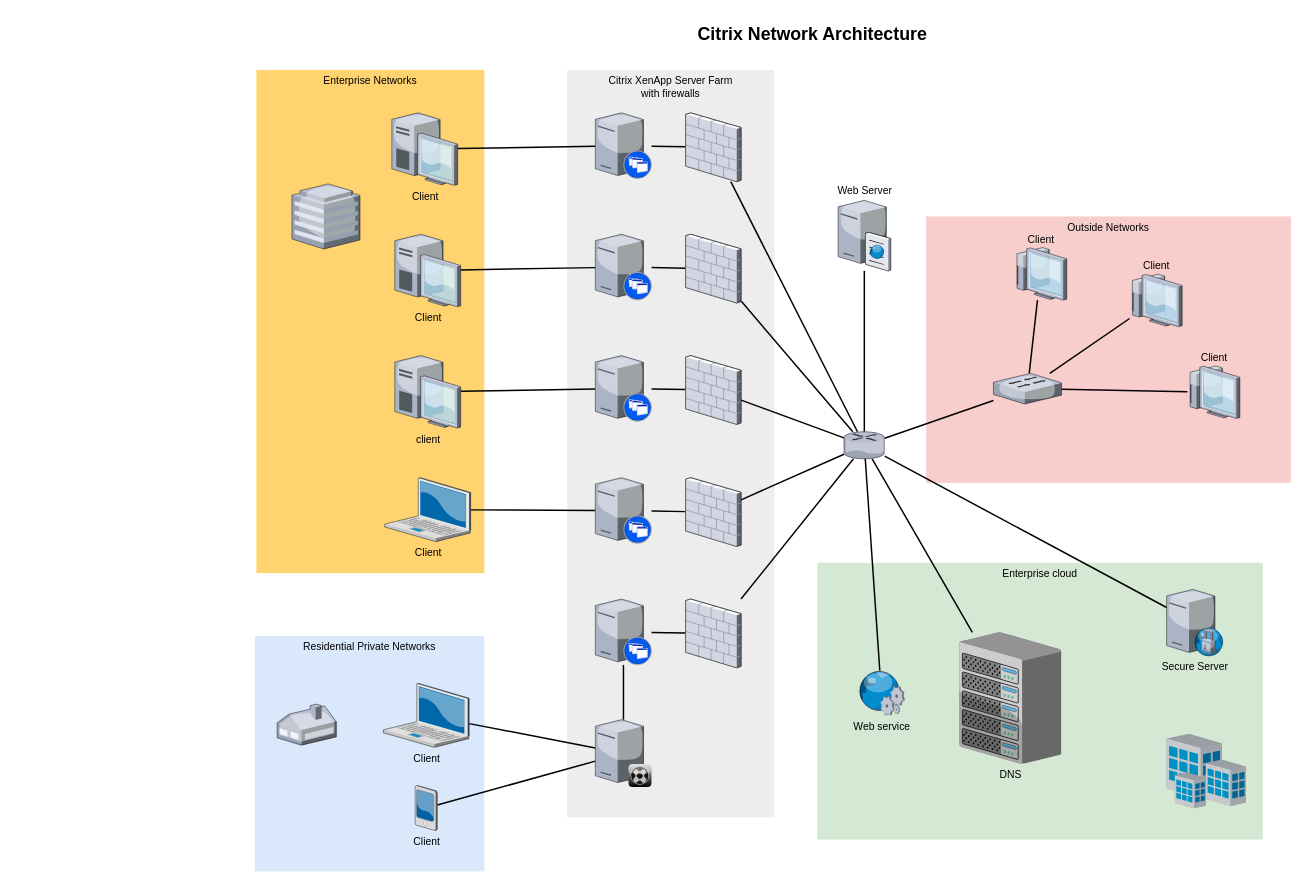
Above: Untitled Diagram.drawio in jwang1109/Draw (draw.io), before the change. Source tidied: cells renumbered, new cells numbered last; positions are measured from the earlier drawing's top-left corner, leaving out a move shared by most shapes. Both pictures are drawn from the tidied source at 74%, with x=0, y=0 at pixel (255, 19).
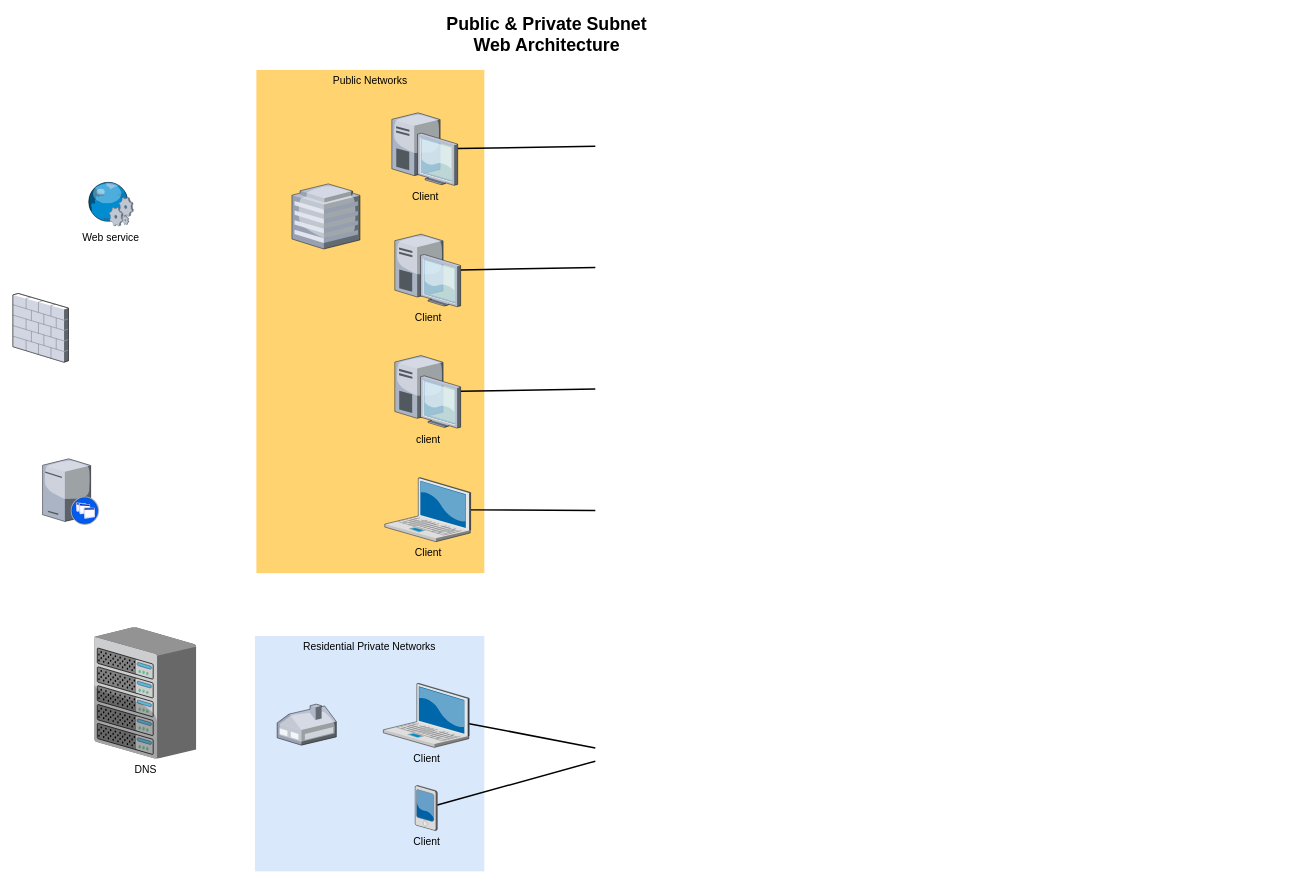
The same diagram, later.

The change refers to these unchanged cells:
```xml
<mxCell id="8" value="Client" style="verticalLabelPosition=bottom;html=1;verticalAlign=top;strokeColor=none;shape=mxgraph.citrix.laptop_2;fillColor=#66B2FF;gradientColor=#0066CC;fontSize=14;" parent="1" vertex="1">
  <mxGeometry x="173.5" y="897" width="116" height="86.5" as="geometry" />
</mxCell>
<mxCell id="10" value="Client" style="verticalLabelPosition=bottom;html=1;verticalAlign=top;strokeColor=none;shape=mxgraph.citrix.laptop_2;fillColor=#66B2FF;gradientColor=#0066CC;fontSize=14;" parent="1" vertex="1">
  <mxGeometry x="175.5" y="619" width="116" height="86.5" as="geometry" />
</mxCell>
<mxCell id="12" value="client" style="verticalLabelPosition=bottom;html=1;verticalAlign=top;strokeColor=none;shape=mxgraph.citrix.desktop;fillColor=#66B2FF;gradientColor=#0066CC;fontSize=14;" parent="1" vertex="1">
  <mxGeometry x="189" y="454" width="89" height="98" as="geometry" />
</mxCell>
<mxCell id="14" value="Client" style="verticalLabelPosition=bottom;html=1;verticalAlign=top;strokeColor=none;shape=mxgraph.citrix.desktop;fillColor=#66B2FF;gradientColor=#0066CC;fontSize=14;" parent="1" vertex="1">
  <mxGeometry x="189" y="290" width="89" height="98" as="geometry" />
</mxCell>
<mxCell id="16" value="Client" style="verticalLabelPosition=bottom;html=1;verticalAlign=top;strokeColor=none;shape=mxgraph.citrix.desktop;fillColor=#66B2FF;gradientColor=#0066CC;fontSize=14;" parent="1" vertex="1">
  <mxGeometry x="185" y="126" width="89" height="98" as="geometry" />
</mxCell>
<mxCell id="18" value="Client" style="verticalLabelPosition=bottom;html=1;verticalAlign=top;strokeColor=none;shape=mxgraph.citrix.pda;fillColor=#66B2FF;gradientColor=#0066CC;fontSize=14;" parent="1" vertex="1">
  <mxGeometry x="216.5" y="1035" width="30" height="61" as="geometry" />
</mxCell>
```

Change to the diagram source:
```diff
@@
-    <mxCell id="2" value="Outside Networks" style="whiteSpace=wrap;html=1;fillColor=#f8cecc;fontSize=14;strokeColor=none;verticalAlign=top;" parent="1" vertex="1">
-      <mxGeometry x="907" y="266" width="493" height="360" as="geometry" />
-    </mxCell>
-    <mxCell id="3" value="Enterprise cloud" style="whiteSpace=wrap;html=1;fillColor=#d5e8d4;fontSize=14;strokeColor=none;verticalAlign=top;" parent="1" vertex="1">
-      <mxGeometry x="760" y="734" width="602" height="374" as="geometry" />
-    </mxCell>
-    <mxCell id="4" value="Citrix XenApp Server Farm&lt;div&gt;with firewalls&lt;/div&gt;" style="whiteSpace=wrap;html=1;fillColor=#EDEDED;fontSize=14;strokeColor=none;verticalAlign=top;" parent="1" vertex="1">
-      <mxGeometry x="422" y="68" width="280" height="1010" as="geometry" />
-    </mxCell>
@@
-    <mxCell id="6" value="Enterprise Networks" style="whiteSpace=wrap;html=1;fillColor=#FFD470;gradientColor=none;fontSize=14;strokeColor=none;verticalAlign=top;" parent="1" vertex="1">
+    <mxCell id="6" value="Public&amp;nbsp;Networks" style="whiteSpace=wrap;html=1;fillColor=#FFD470;gradientColor=none;fontSize=14;strokeColor=none;verticalAlign=top;" parent="1" vertex="1">
       <mxGeometry x="2" y="68" width="308" height="680" as="geometry" />
     </mxCell>
-    <mxCell id="7" style="edgeStyle=none;rounded=0;html=1;startSize=10;endSize=10;jettySize=auto;fontSize=14;endArrow=none;endFill=0;strokeWidth=2;" parent="1" edge="1" source="8" target="35">
-      <mxGeometry relative="1" as="geometry" />
+    <mxCell id="7" style="edgeStyle=none;rounded=0;html=1;startSize=10;endSize=10;jettySize=auto;fontSize=14;endArrow=none;endFill=0;strokeWidth=2;" parent="1" edge="1" source="8">
+      <mxGeometry relative="1" as="geometry">
+        <mxPoint x="460" y="984.2" as="targetPoint" />
+      </mxGeometry>
     </mxCell>
@@
-    <mxCell id="9" style="edgeStyle=none;rounded=0;html=1;startSize=10;endSize=10;jettySize=auto;fontSize=14;endArrow=none;endFill=0;strokeWidth=2;" parent="1" edge="1" source="10" target="22">
-      <mxGeometry relative="1" as="geometry" />
+    <mxCell id="9" style="edgeStyle=none;rounded=0;html=1;startSize=10;endSize=10;jettySize=auto;fontSize=14;endArrow=none;endFill=0;strokeWidth=2;" parent="1" edge="1" source="10">
+      <mxGeometry relative="1" as="geometry">
+        <mxPoint x="460" y="663.3" as="targetPoint" />
+      </mxGeometry>
     </mxCell>
@@
-    <mxCell id="11" style="edgeStyle=none;rounded=0;html=1;startSize=10;endSize=10;jettySize=auto;fontSize=14;endArrow=none;endFill=0;strokeWidth=2;" parent="1" edge="1" source="12" target="24">
-      <mxGeometry relative="1" as="geometry" />
+    <mxCell id="11" style="edgeStyle=none;rounded=0;html=1;startSize=10;endSize=10;jettySize=auto;fontSize=14;endArrow=none;endFill=0;strokeWidth=2;" parent="1" edge="1" source="12">
+      <mxGeometry relative="1" as="geometry">
+        <mxPoint x="460" y="499.1" as="targetPoint" />
+      </mxGeometry>
     </mxCell>
@@
-    <mxCell id="13" style="edgeStyle=none;rounded=0;html=1;startSize=10;endSize=10;jettySize=auto;fontSize=14;endArrow=none;endFill=0;strokeWidth=2;" parent="1" edge="1" source="14" target="26">
-      <mxGeometry relative="1" as="geometry" />
+    <mxCell id="13" style="edgeStyle=none;rounded=0;html=1;startSize=10;endSize=10;jettySize=auto;fontSize=14;endArrow=none;endFill=0;strokeWidth=2;" parent="1" edge="1" source="14">
+      <mxGeometry relative="1" as="geometry">
+        <mxPoint x="460" y="335.1" as="targetPoint" />
+      </mxGeometry>
     </mxCell>
@@
-    <mxCell id="15" style="edgeStyle=none;rounded=0;html=1;startSize=10;endSize=10;jettySize=auto;fontSize=14;endArrow=none;endFill=0;strokeWidth=2;" parent="1" edge="1" source="16" target="28">
-      <mxGeometry relative="1" as="geometry" />
+    <mxCell id="15" style="edgeStyle=none;rounded=0;html=1;startSize=10;endSize=10;jettySize=auto;fontSize=14;endArrow=none;endFill=0;strokeWidth=2;" parent="1" edge="1" source="16">
+      <mxGeometry relative="1" as="geometry">
+        <mxPoint x="460" y="171.1" as="targetPoint" />
+      </mxGeometry>
     </mxCell>
@@
-    <mxCell id="17" style="edgeStyle=none;rounded=0;html=1;startSize=10;endSize=10;jettySize=auto;fontSize=14;endArrow=none;endFill=0;strokeWidth=2;" parent="1" edge="1" source="18" target="35">
-      <mxGeometry relative="1" as="geometry" />
+    <mxCell id="17" style="edgeStyle=none;rounded=0;html=1;startSize=10;endSize=10;jettySize=auto;fontSize=14;endArrow=none;endFill=0;strokeWidth=2;" parent="1" edge="1" source="18">
+      <mxGeometry relative="1" as="geometry">
+        <mxPoint x="460" y="1002.1" as="targetPoint" />
+      </mxGeometry>
     </mxCell>
@@
-    <mxCell id="19" style="edgeStyle=none;rounded=0;html=1;startSize=10;endSize=10;jettySize=auto;fontSize=14;endArrow=none;endFill=0;strokeWidth=2;" parent="1" edge="1" source="20" target="47">
-      <mxGeometry relative="1" as="geometry" />
-    </mxCell>
-    <mxCell id="20" style="verticalLabelPosition=bottom;html=1;verticalAlign=top;strokeColor=none;shape=mxgraph.citrix.xenapp_server;fillColor=#66B2FF;gradientColor=#0066CC;fontSize=14;" parent="1" vertex="1">
-      <mxGeometry x="460" y="783" width="76" height="89" as="geometry" />
-    </mxCell>
-    <mxCell id="21" style="edgeStyle=none;rounded=0;html=1;startSize=10;endSize=10;jettySize=auto;fontSize=14;endArrow=none;endFill=0;strokeWidth=2;" parent="1" edge="1" source="22" target="45">
-      <mxGeometry relative="1" as="geometry" />
-    </mxCell>
-    <mxCell id="22" style="verticalLabelPosition=bottom;html=1;verticalAlign=top;strokeColor=none;shape=mxgraph.citrix.xenapp_server;fillColor=#66B2FF;gradientColor=#0066CC;fontSize=14;" parent="1" vertex="1">
-      <mxGeometry x="460" y="619" width="76" height="89" as="geometry" />
-    </mxCell>
-    <mxCell id="23" style="edgeStyle=none;rounded=0;html=1;startSize=10;endSize=10;jettySize=auto;fontSize=14;endArrow=none;endFill=0;strokeWidth=2;" parent="1" edge="1" source="24" target="43">
-      <mxGeometry relative="1" as="geometry" />
-    </mxCell>
-    <mxCell id="24" style="verticalLabelPosition=bottom;html=1;verticalAlign=top;strokeColor=none;shape=mxgraph.citrix.xenapp_server;fillColor=#66B2FF;gradientColor=#0066CC;fontSize=14;" parent="1" vertex="1">
-      <mxGeometry x="460" y="454" width="76" height="89" as="geometry" />
-    </mxCell>
-    <mxCell id="25" style="edgeStyle=none;rounded=0;html=1;startSize=10;endSize=10;jettySize=auto;fontSize=14;endArrow=none;endFill=0;strokeWidth=2;" parent="1" edge="1" source="26" target="41">
-      <mxGeometry relative="1" as="geometry" />
-    </mxCell>
-    <mxCell id="26" style="verticalLabelPosition=bottom;html=1;verticalAlign=top;strokeColor=none;shape=mxgraph.citrix.xenapp_server;fillColor=#66B2FF;gradientColor=#0066CC;fontSize=14;" parent="1" vertex="1">
-      <mxGeometry x="460" y="290" width="76" height="89" as="geometry" />
-    </mxCell>
-    <mxCell id="27" style="edgeStyle=none;rounded=0;html=1;startSize=10;endSize=10;jettySize=auto;fontSize=14;endArrow=none;endFill=0;strokeWidth=2;" parent="1" edge="1" source="28" target="39">
-      <mxGeometry relative="1" as="geometry" />
-    </mxCell>
-    <mxCell id="28" style="verticalLabelPosition=bottom;html=1;verticalAlign=top;strokeColor=none;shape=mxgraph.citrix.xenapp_server;fillColor=#66B2FF;gradientColor=#0066CC;fontSize=14;" parent="1" vertex="1">
-      <mxGeometry x="460" y="126" width="76" height="89" as="geometry" />
-    </mxCell>
-    <mxCell id="29" style="edgeStyle=none;rounded=0;html=1;startSize=10;endSize=10;jettySize=auto;fontSize=14;endArrow=none;endFill=0;strokeWidth=2;" parent="1" edge="1" source="33" target="37">
-      <mxGeometry relative="1" as="geometry" />
-    </mxCell>
-    <mxCell id="30" style="edgeStyle=none;rounded=0;html=1;startSize=10;endSize=10;jettySize=auto;fontSize=14;endArrow=none;endFill=0;strokeWidth=2;" parent="1" edge="1" source="33" target="36">
-      <mxGeometry relative="1" as="geometry" />
-    </mxCell>
-    <mxCell id="31" style="edgeStyle=none;rounded=0;html=1;startSize=10;endSize=10;jettySize=auto;fontSize=14;endArrow=none;endFill=0;strokeWidth=2;" parent="1" edge="1" source="33" target="54">
-      <mxGeometry relative="1" as="geometry" />
-    </mxCell>
-    <mxCell id="32" style="edgeStyle=none;rounded=0;html=1;startSize=10;endSize=10;jettySize=auto;fontSize=14;endArrow=none;endFill=0;strokeWidth=2;" parent="1" edge="1" source="33" target="50">
-      <mxGeometry relative="1" as="geometry" />
-    </mxCell>
-    <mxCell id="33" style="verticalLabelPosition=bottom;html=1;verticalAlign=top;strokeColor=none;shape=mxgraph.citrix.router;fillColor=#66B2FF;gradientColor=#0066CC;fontSize=14;" parent="1" vertex="1">
-      <mxGeometry x="796" y="557" width="55" height="36.5" as="geometry" />
-    </mxCell>
-    <mxCell id="34" style="edgeStyle=none;rounded=0;html=1;startSize=10;endSize=10;jettySize=auto;fontSize=14;endArrow=none;endFill=0;strokeWidth=2;" parent="1" edge="1" source="35" target="20">
-      <mxGeometry relative="1" as="geometry" />
-    </mxCell>
-    <mxCell id="35" style="verticalLabelPosition=bottom;html=1;verticalAlign=top;strokeColor=none;shape=mxgraph.citrix.xenclient_synchronizer;fillColor=#CCCCCC;gradientColor=#000000;gradientDirection=south;fontSize=14;" parent="1" vertex="1">
-      <mxGeometry x="460" y="946" width="76" height="91" as="geometry" />
-    </mxCell>
-    <mxCell id="36" value="Web Server" style="verticalLabelPosition=top;html=1;verticalAlign=bottom;strokeColor=none;shape=mxgraph.citrix.cache_server;fillColor=#66B2FF;gradientColor=#0066CC;fontSize=14;labelPosition=center;align=center;" parent="1" vertex="1">
-      <mxGeometry x="788" y="242" width="71" height="97.5" as="geometry" />
-    </mxCell>
-    <mxCell id="37" value="DNS" style="verticalLabelPosition=bottom;html=1;verticalAlign=top;strokeColor=none;shape=mxgraph.citrix.chassis;fillColor=#66B2FF;gradientColor=#0066CC;fontSize=14;" parent="1" vertex="1">
-      <mxGeometry x="952" y="828" width="137.5" height="177.5" as="geometry" />
-    </mxCell>
-    <mxCell id="38" style="edgeStyle=none;rounded=0;html=1;startSize=10;endSize=10;jettySize=auto;fontSize=14;endArrow=none;endFill=0;strokeWidth=2;" parent="1" edge="1" source="39" target="33">
-      <mxGeometry relative="1" as="geometry" />
-    </mxCell>
-    <mxCell id="39" style="verticalLabelPosition=bottom;html=1;verticalAlign=top;strokeColor=none;shape=mxgraph.citrix.firewall;fillColor=#66B2FF;gradientColor=#0066CC;fontSize=14;" parent="1" vertex="1">
-      <mxGeometry x="582" y="126" width="75" height="93" as="geometry" />
-    </mxCell>
-    <mxCell id="40" style="edgeStyle=none;rounded=0;html=1;startSize=10;endSize=10;jettySize=auto;fontSize=14;endArrow=none;endFill=0;strokeWidth=2;" parent="1" edge="1" source="41" target="33">
-      <mxGeometry relative="1" as="geometry" />
-    </mxCell>
-    <mxCell id="41" style="verticalLabelPosition=bottom;html=1;verticalAlign=top;strokeColor=none;shape=mxgraph.citrix.firewall;fillColor=#66B2FF;gradientColor=#0066CC;fontSize=14;" parent="1" vertex="1">
-      <mxGeometry x="582" y="290" width="75" height="93" as="geometry" />
-    </mxCell>
-    <mxCell id="42" style="edgeStyle=none;rounded=0;html=1;startSize=10;endSize=10;jettySize=auto;fontSize=14;endArrow=none;endFill=0;strokeWidth=2;" parent="1" edge="1" source="43" target="33">
-      <mxGeometry relative="1" as="geometry" />
-    </mxCell>
-    <mxCell id="43" style="verticalLabelPosition=bottom;html=1;verticalAlign=top;strokeColor=none;shape=mxgraph.citrix.firewall;fillColor=#66B2FF;gradientColor=#0066CC;fontSize=14;" parent="1" vertex="1">
-      <mxGeometry x="582" y="454" width="75" height="93" as="geometry" />
-    </mxCell>
-    <mxCell id="44" style="edgeStyle=none;rounded=0;html=1;startSize=10;endSize=10;jettySize=auto;fontSize=14;endArrow=none;endFill=0;strokeWidth=2;" parent="1" edge="1" source="45" target="33">
-      <mxGeometry relative="1" as="geometry" />
-    </mxCell>
-    <mxCell id="45" style="verticalLabelPosition=bottom;html=1;verticalAlign=top;strokeColor=none;shape=mxgraph.citrix.firewall;fillColor=#66B2FF;gradientColor=#0066CC;fontSize=14;" parent="1" vertex="1">
-      <mxGeometry x="582" y="619" width="75" height="93" as="geometry" />
-    </mxCell>
-    <mxCell id="46" style="edgeStyle=none;rounded=0;html=1;startSize=10;endSize=10;jettySize=auto;fontSize=14;endArrow=none;endFill=0;strokeWidth=2;" parent="1" edge="1" source="47" target="33">
-      <mxGeometry relative="1" as="geometry" />
-    </mxCell>
-    <mxCell id="47" style="verticalLabelPosition=bottom;html=1;verticalAlign=top;strokeColor=none;shape=mxgraph.citrix.firewall;fillColor=#66B2FF;gradientColor=#0066CC;fontSize=14;" parent="1" vertex="1">
-      <mxGeometry x="582" y="783" width="75" height="93" as="geometry" />
-    </mxCell>
@@
-    <mxCell id="50" value="Secure Server" style="verticalLabelPosition=bottom;html=1;verticalAlign=top;strokeColor=none;shape=mxgraph.citrix.proxy_server;fillColor=#66B2FF;gradientColor=#0066CC;fontSize=14;" parent="1" vertex="1">
-      <mxGeometry x="1232" y="770" width="76.5" height="90" as="geometry" />
-    </mxCell>
-    <mxCell id="51" style="edgeStyle=none;rounded=0;html=1;startSize=10;endSize=10;jettySize=auto;fontSize=14;endArrow=none;endFill=0;strokeWidth=2;" parent="1" edge="1" source="54" target="57">
-      <mxGeometry relative="1" as="geometry" />
-    </mxCell>
-    <mxCell id="52" style="edgeStyle=none;rounded=0;html=1;startSize=10;endSize=10;jettySize=auto;fontSize=14;endArrow=none;endFill=0;strokeWidth=2;" parent="1" edge="1" source="54" target="56">
-      <mxGeometry relative="1" as="geometry" />
-    </mxCell>
-    <mxCell id="53" style="edgeStyle=none;rounded=0;html=1;startSize=10;endSize=10;jettySize=auto;fontSize=14;endArrow=none;endFill=0;strokeWidth=2;" parent="1" edge="1" source="54" target="55">
-      <mxGeometry relative="1" as="geometry" />
-    </mxCell>
-    <mxCell id="54" style="verticalLabelPosition=bottom;html=1;verticalAlign=top;strokeColor=none;shape=mxgraph.citrix.switch;fillColor=#66B2FF;gradientColor=#0066CC;fontSize=14;" parent="1" vertex="1">
-      <mxGeometry x="998" y="478" width="92" height="41.5" as="geometry" />
-    </mxCell>
-    <mxCell id="55" value="Client" style="verticalLabelPosition=top;html=1;verticalAlign=bottom;strokeColor=none;shape=mxgraph.citrix.thin_client;fillColor=#66B2FF;gradientColor=#0066CC;fontSize=14;labelPosition=center;align=center;" parent="1" vertex="1">
-      <mxGeometry x="1260" y="468" width="71" height="71" as="geometry" />
-    </mxCell>
-    <mxCell id="56" value="Client" style="verticalLabelPosition=top;html=1;verticalAlign=bottom;strokeColor=none;shape=mxgraph.citrix.thin_client;fillColor=#66B2FF;gradientColor=#0066CC;fontSize=14;labelPosition=center;align=center;" parent="1" vertex="1">
-      <mxGeometry x="1182" y="344" width="71" height="71" as="geometry" />
-    </mxCell>
-    <mxCell id="57" value="Client" style="verticalLabelPosition=top;html=1;verticalAlign=bottom;strokeColor=none;shape=mxgraph.citrix.thin_client;fillColor=#66B2FF;gradientColor=#0066CC;fontSize=14;labelPosition=center;align=center;" parent="1" vertex="1">
-      <mxGeometry x="1026" y="308" width="71" height="71" as="geometry" />
-    </mxCell>
-    <mxCell id="58" style="edgeStyle=none;rounded=0;html=1;startSize=10;endSize=10;jettySize=auto;fontSize=14;endArrow=none;endFill=0;strokeWidth=2;" parent="1" edge="1" source="59" target="33">
-      <mxGeometry relative="1" as="geometry" />
-    </mxCell>
+    <mxCell id="61" value="Public &amp;amp; Private Subnet&lt;br&gt;Web Architecture" style="text;strokeColor=none;fillColor=none;html=1;fontSize=24;fontStyle=1;verticalAlign=middle;align=center;" parent="1" vertex="1">
+      <mxGeometry x="-37" width="861" height="40" as="geometry" />
+    </mxCell>
+    <mxCell id="62" style="verticalLabelPosition=bottom;html=1;verticalAlign=top;strokeColor=none;shape=mxgraph.citrix.xenapp_server;fillColor=#66B2FF;gradientColor=#0066CC;fontSize=14;" parent="1" vertex="1">
+      <mxGeometry x="-287" y="593.5" width="76" height="89" as="geometry" />
+    </mxCell>
+    <mxCell id="63" style="verticalLabelPosition=bottom;html=1;verticalAlign=top;strokeColor=none;shape=mxgraph.citrix.firewall;fillColor=#66B2FF;gradientColor=#0066CC;fontSize=14;" parent="1" vertex="1">
+      <mxGeometry x="-327" y="370" width="75" height="93" as="geometry" />
+    </mxCell>
+    <mxCell id="37" value="DNS" style="verticalLabelPosition=bottom;html=1;verticalAlign=top;strokeColor=none;shape=mxgraph.citrix.chassis;fillColor=#66B2FF;gradientColor=#0066CC;fontSize=14;" parent="1" vertex="1">
+      <mxGeometry x="-217" y="821.2" width="137.5" height="177.5" as="geometry" />
+    </mxCell>
     <mxCell id="59" value="Web service" style="verticalLabelPosition=bottom;html=1;verticalAlign=top;strokeColor=none;shape=mxgraph.citrix.web_service;fillColor=#66B2FF;gradientColor=#0066CC;fontSize=14;" parent="1" vertex="1">
-      <mxGeometry x="815" y="880" width="63" height="60" as="geometry" />
+      <mxGeometry x="-227" y="219" width="63" height="60" as="geometry" />
     </mxCell>
-    <mxCell id="60" style="verticalLabelPosition=bottom;html=1;verticalAlign=top;strokeColor=none;shape=mxgraph.citrix.site;fillColor=#66B2FF;gradientColor=#0066CC;fontSize=14;" parent="1" vertex="1">
-      <mxGeometry x="1232" y="965" width="107" height="101" as="geometry" />
-    </mxCell>
-    <mxCell id="61" value="Citrix Network Architecture" style="text;strokeColor=none;fillColor=none;html=1;fontSize=24;fontStyle=1;verticalAlign=middle;align=center;" parent="1" vertex="1">
-      <mxGeometry x="322" width="861" height="40" as="geometry" />
-    </mxCell>
```
